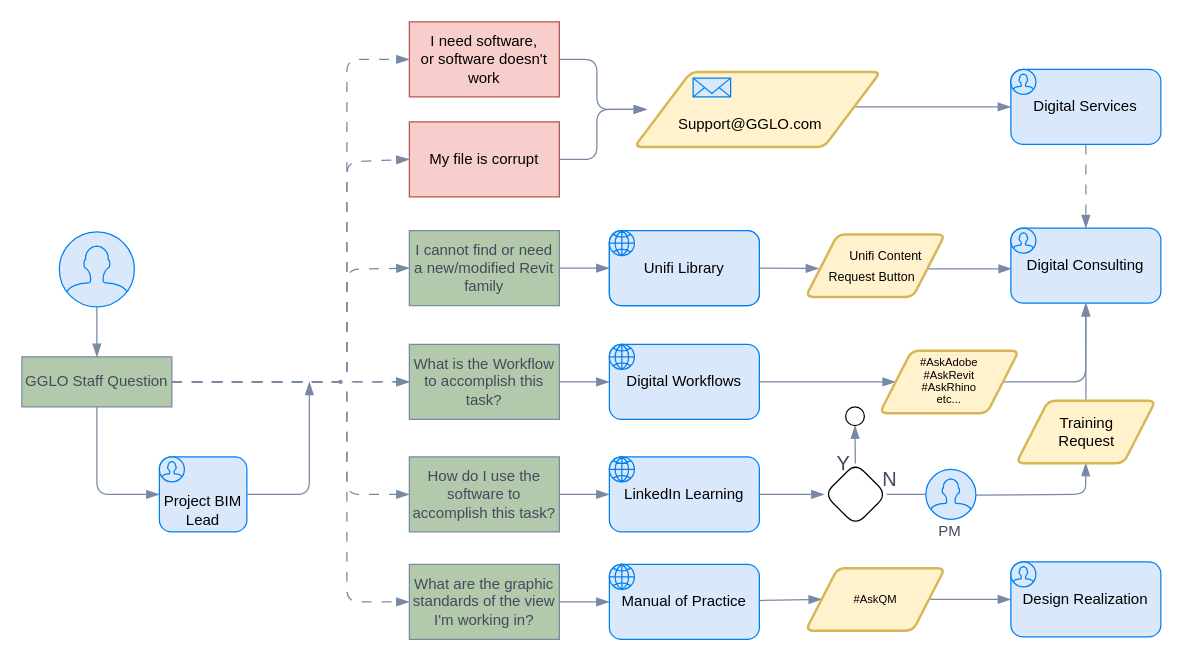
Before: Support Flow.drawio in sburkeGGLO/diagrams, a draw.io diagram. Source tidied: cells renumbered, new cells numbered last; positions are measured from the earlier drawing's top-left corner, leaving out a move shared by most shapes. Both pictures are drawn from the tidied source at 125%, with x=0, y=0 at pixel (21, 21).
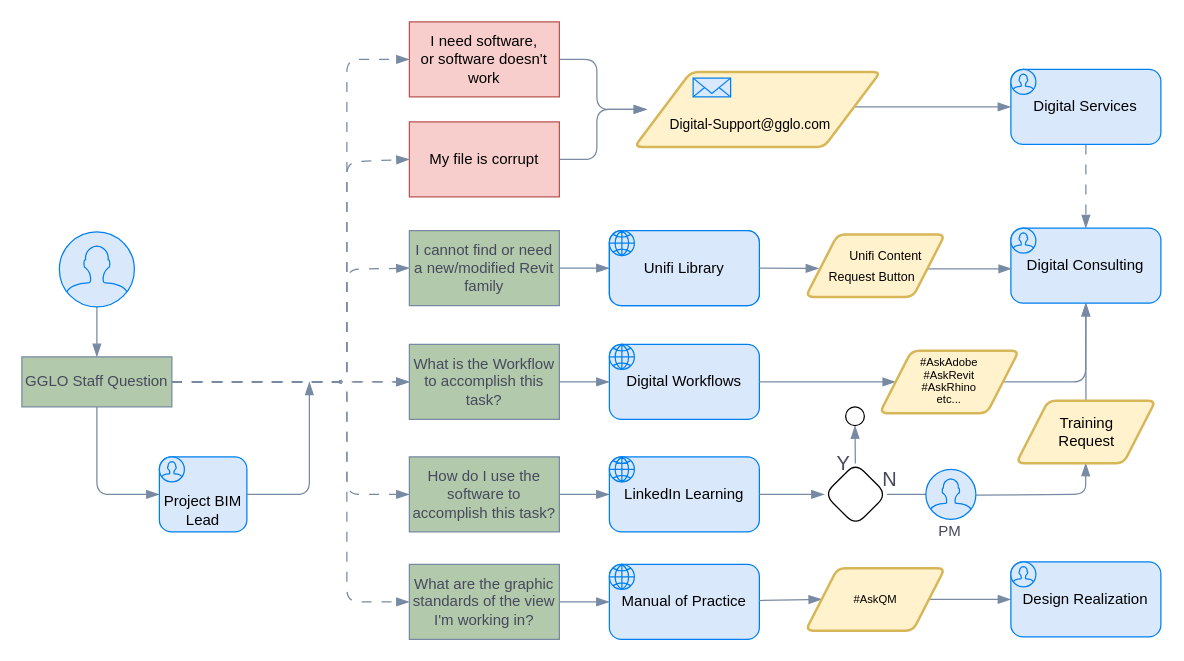
After the change.

Diff of the diagram source:
```diff
@@
-    <mxCell id="32" value="&lt;font style=&quot;font-size: 12px;&quot;&gt;&lt;br&gt;&amp;nbsp; &amp;nbsp; &amp;nbsp; &amp;nbsp; &amp;nbsp; Support@GGLO.com&lt;/font&gt;" style="shape=parallelogram;html=1;strokeWidth=2;perimeter=parallelogramPerimeter;whiteSpace=wrap;rounded=1;arcSize=12;size=0.23;strokeColor=#d6b656;fontSize=16;fillColor=#fff2cc;verticalAlign=middle;align=left;" parent="1" vertex="1">
+    <mxCell id="32" value="&lt;font style=&quot;font-size: 12px;&quot;&gt;&lt;br&gt;&amp;nbsp; &amp;nbsp; &amp;nbsp; &amp;nbsp;&amp;nbsp;&lt;/font&gt;&lt;font style=&quot;font-size: 11px;&quot;&gt;Digital-Support@gglo.com&lt;/font&gt;" style="shape=parallelogram;html=1;strokeWidth=2;perimeter=parallelogramPerimeter;whiteSpace=wrap;rounded=1;arcSize=12;size=0.23;strokeColor=#d6b656;fontSize=16;fillColor=#fff2cc;verticalAlign=middle;align=left;" parent="1" vertex="1">
       <mxGeometry x="490" y="40" width="197" height="60" as="geometry" />
     </mxCell>
```
